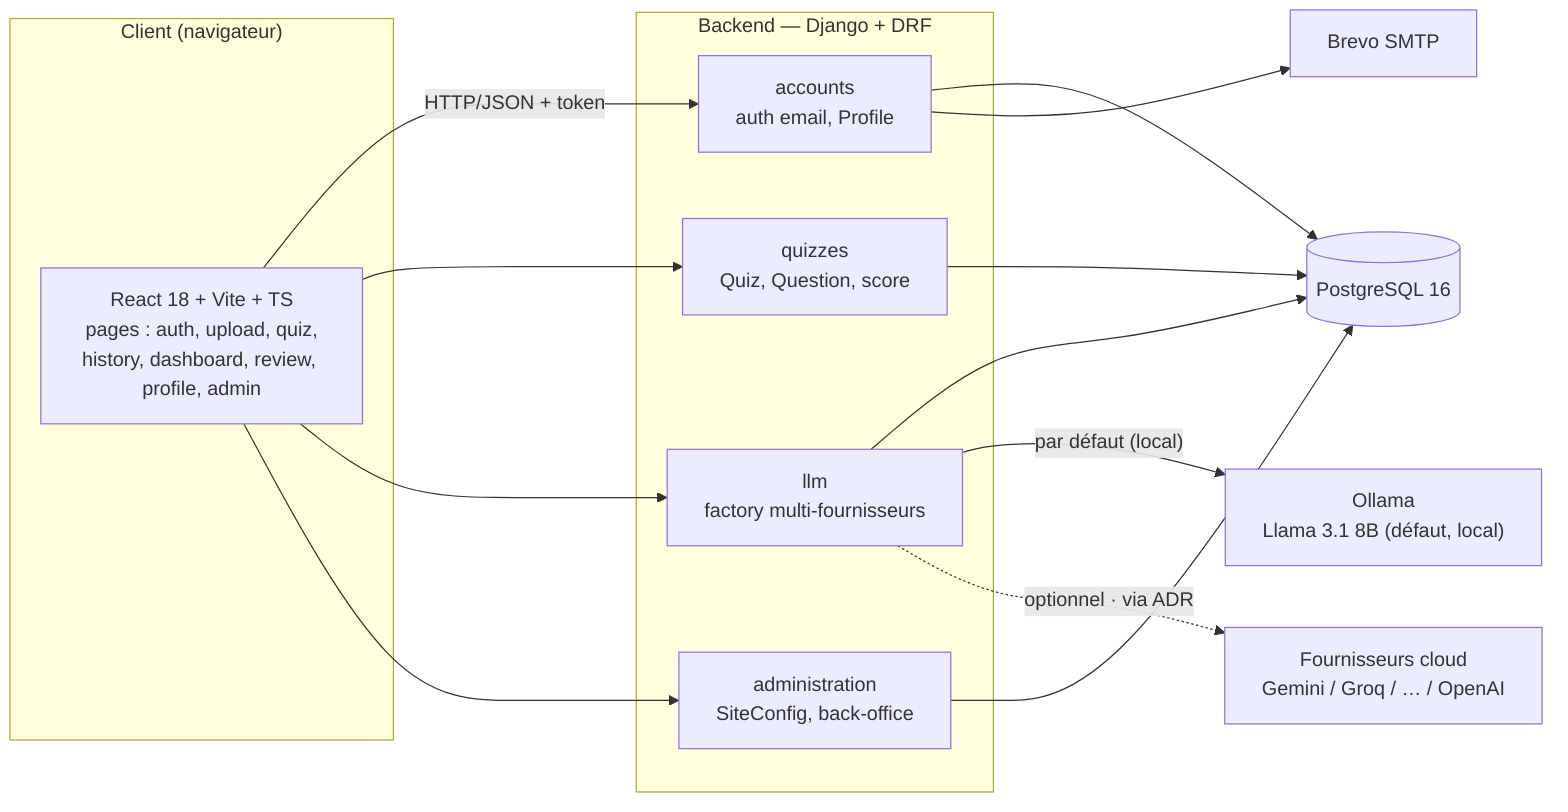
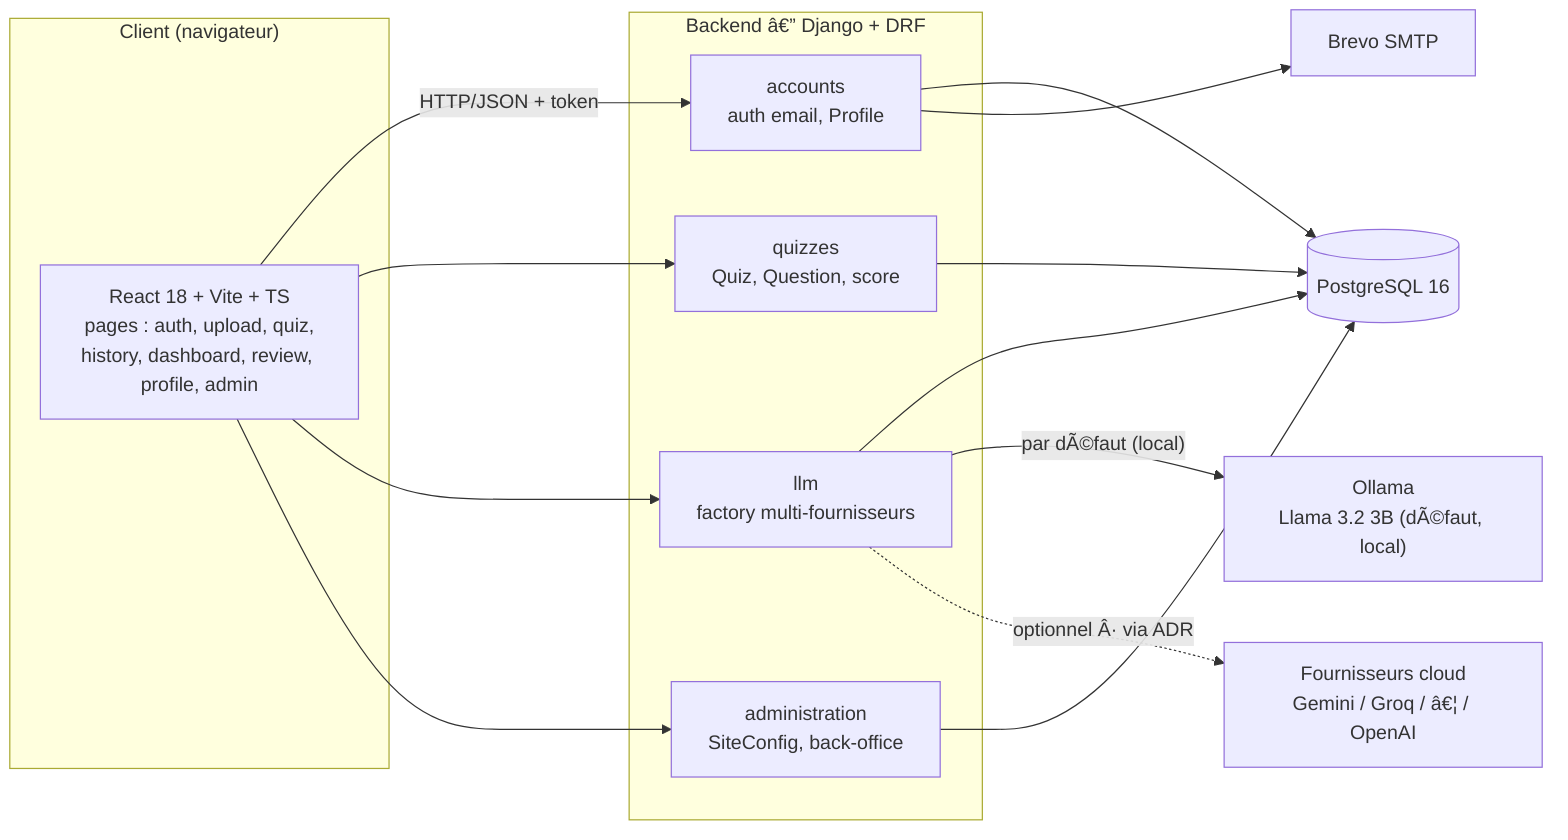
%% Diagramme de composants (EduTutor IA)
flowchart LR
  subgraph CLIENT["Client (navigateur)"]
    UI["React 18 + Vite + TS<br/>pages : auth, upload, quiz,<br/>history, dashboard, review, profile, admin"]
  end

-   subgraph BACK["Backend — Django + DRF"]
+   subgraph BACK["Backend â€” Django + DRF"]
    ACC["accounts<br/>auth email, Profile"]
    QZ["quizzes<br/>Quiz, Question, score"]
    LLMA["llm<br/>factory multi-fournisseurs"]
    ADM["administration<br/>SiteConfig, back-office"]
  end

  DB[("PostgreSQL 16")]
-   OLL["Ollama<br/>Llama 3.1 8B (défaut, local)"]
-   PROV["Fournisseurs cloud<br/>Gemini / Groq / … / OpenAI"]
+   OLL["Ollama<br/>Llama 3.2 3B (dÃ©faut, local)"]
+   PROV["Fournisseurs cloud<br/>Gemini / Groq / â€¦ / OpenAI"]
  MAIL["Brevo SMTP"]

  UI -->|"HTTP/JSON + token"| ACC
  UI --> QZ
  UI --> LLMA
  UI --> ADM
  ACC --> DB
  QZ --> DB
  LLMA --> DB
  ADM --> DB
-   LLMA -->|"par défaut (local)"| OLL
-   LLMA -.->|"optionnel · via ADR"| PROV
+   LLMA -->|"par dÃ©faut (local)"| OLL
+   LLMA -.->|"optionnel Â· via ADR"| PROV
  ACC --> MAIL
